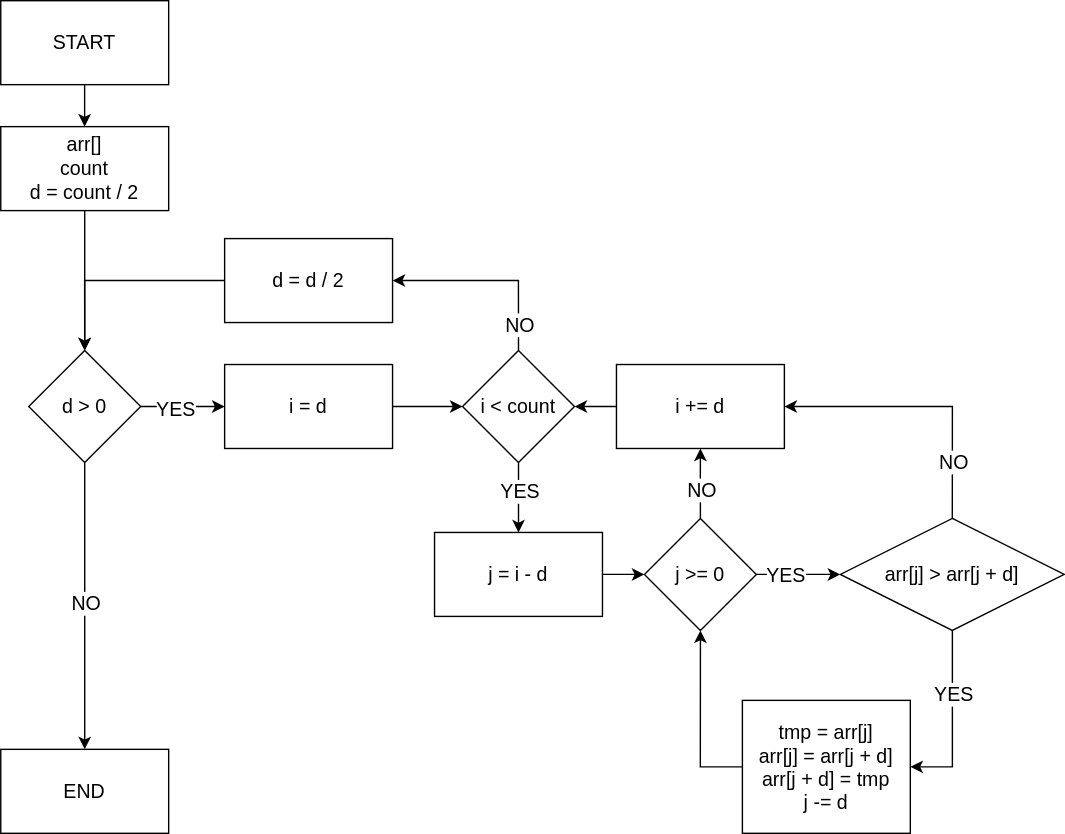
Earlier version of the draw.io export diagram/algorithm.svg (KATEHOK/par_prog-3). Source tidied: cells renumbered, new cells last; positions are measured from the earlier drawing's top-left corner, leaving out a move shared by most shapes.
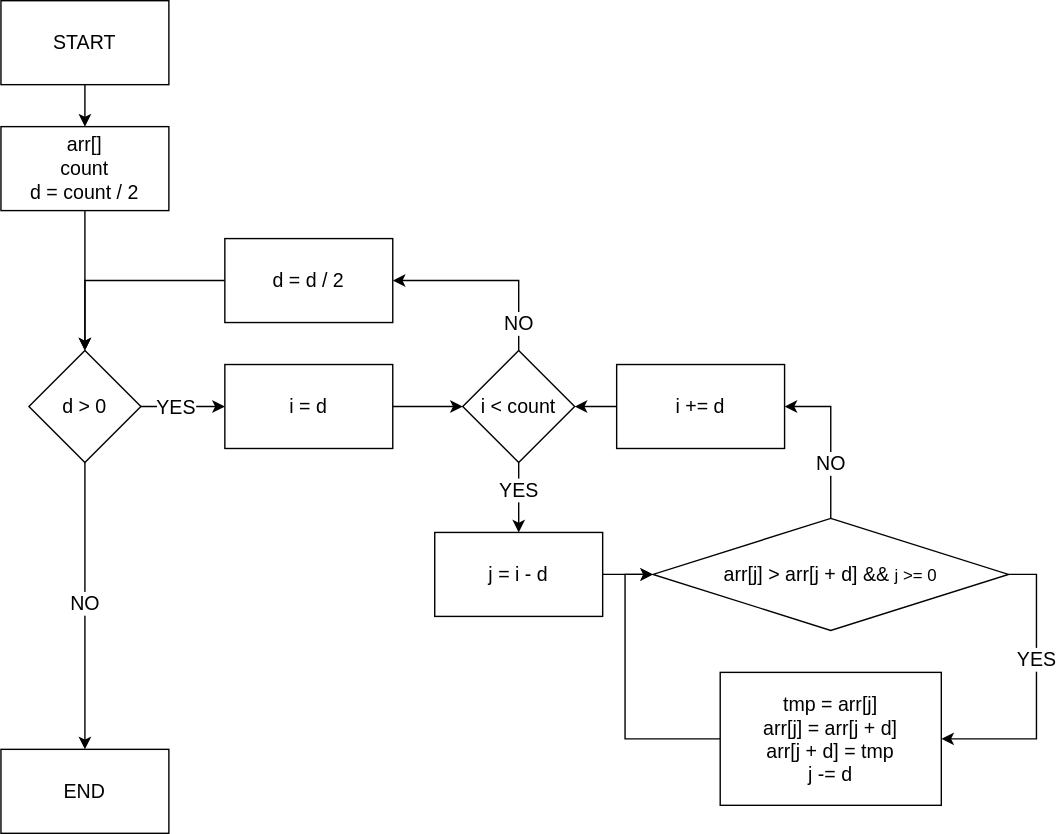
Later version of the same file.

Diff of the diagram source:
```diff
@@ -46,58 +46,39 @@
     <mxCell id="15" value="&lt;font style=&quot;font-size: 14px;&quot;&gt;d = d / 2&lt;/font&gt;" style="rounded=0;whiteSpace=wrap;html=1;" parent="1" vertex="1">
       <mxGeometry x="160" y="170" width="120" height="60" as="geometry" />
     </mxCell>
-    <mxCell id="16" style="edgeStyle=orthogonalEdgeStyle;rounded=0;jettySize=auto;html=1;exitX=0.5;exitY=0;exitDx=0;exitDy=0;entryX=0.5;entryY=1;entryDx=0;entryDy=0;" parent="1" edge="1" source="20" target="36">
-      <mxGeometry relative="1" as="geometry">
-        <Array as="points">
-          <mxPoint x="500" y="340" />
-          <mxPoint x="500" y="340" />
-        </Array>
-      </mxGeometry>
-    </mxCell>
-    <mxCell id="17" value="&lt;font style=&quot;font-size: 14px;&quot;&gt;NO&lt;/font&gt;" style="edgeLabel;html=1;align=center;verticalAlign=middle;" parent="16" vertex="1">
-      <mxGeometry x="-0.68" relative="1" as="geometry">
-        <mxPoint y="-12" as="offset" />
-      </mxGeometry>
-    </mxCell>
-    <mxCell id="18" style="edgeStyle=orthogonalEdgeStyle;rounded=0;jettySize=auto;html=1;exitX=1;exitY=0.5;exitDx=0;exitDy=0;" parent="1" edge="1" source="20" target="25">
-      <mxGeometry relative="1" as="geometry" />
-    </mxCell>
-    <mxCell id="19" value="&lt;font style=&quot;font-size: 14px;&quot;&gt;YES&lt;/font&gt;" style="edgeLabel;html=1;align=center;verticalAlign=middle;" parent="18" vertex="1">
-      <mxGeometry x="-0.23" y="1" relative="1" as="geometry">
-        <mxPoint x="-3" y="1" as="offset" />
-      </mxGeometry>
-    </mxCell>
-    <mxCell id="20" value="&lt;font style=&quot;font-size: 14px;&quot;&gt;j &amp;gt;= 0&lt;/font&gt;" style="rhombus;whiteSpace=wrap;html=1;" parent="1" vertex="1">
-      <mxGeometry x="460" y="370" width="80" height="80" as="geometry" />
-    </mxCell>
     <mxCell id="21" style="edgeStyle=orthogonalEdgeStyle;rounded=0;jettySize=auto;html=1;exitX=0.5;exitY=0;exitDx=0;exitDy=0;entryX=1;entryY=0.5;entryDx=0;entryDy=0;" parent="1" edge="1" source="25" target="36">
       <mxGeometry relative="1" as="geometry">
         <Array as="points">
-          <mxPoint x="680" y="290" />
+          <mxPoint x="593" y="290" />
         </Array>
       </mxGeometry>
     </mxCell>
     <mxCell id="22" value="&lt;font style=&quot;font-size: 14px;&quot;&gt;NO&lt;/font&gt;" style="edgeLabel;html=1;align=center;verticalAlign=middle;" parent="21" vertex="1">
       <mxGeometry x="-0.57" y="-1" relative="1" as="geometry">
-        <mxPoint x="-1" y="3" as="offset" />
+        <mxPoint x="-1" y="-15" as="offset" />
       </mxGeometry>
     </mxCell>
-    <mxCell id="23" style="edgeStyle=orthogonalEdgeStyle;rounded=0;jettySize=auto;html=1;entryX=1;entryY=0.5;entryDx=0;entryDy=0;" parent="1" edge="1" source="25" target="27">
+    <mxCell id="23" style="edgeStyle=orthogonalEdgeStyle;rounded=0;jettySize=auto;html=1;entryX=1;entryY=0.5;entryDx=0;entryDy=0;exitX=1;exitY=0.5;exitDx=0;exitDy=0;" parent="1" edge="1" source="25" target="27">
       <mxGeometry relative="1" as="geometry" />
     </mxCell>
     <mxCell id="24" value="&lt;font style=&quot;font-size: 14px;&quot;&gt;YES&lt;/font&gt;" style="edgeLabel;html=1;align=center;verticalAlign=middle;" parent="23" vertex="1">
       <mxGeometry x="0.02" y="1" relative="1" as="geometry">
-        <mxPoint x="-1" y="-20" as="offset" />
+        <mxPoint x="-1" y="-25" as="offset" />
       </mxGeometry>
     </mxCell>
-    <mxCell id="25" value="&lt;font style=&quot;font-size: 14px;&quot;&gt;arr[j] &amp;gt; arr[j + d]&lt;/font&gt;" style="rhombus;whiteSpace=wrap;html=1;" parent="1" vertex="1">
-      <mxGeometry x="600" y="370" width="160" height="80" as="geometry" />
+    <mxCell id="25" value="&lt;font style=&quot;font-size: 14px;&quot;&gt;arr[j] &amp;gt; arr[j + d] &amp;amp;&amp;amp;&amp;nbsp;&lt;/font&gt;j &amp;gt;= 0" style="rhombus;whiteSpace=wrap;html=1;" parent="1" vertex="1">
+      <mxGeometry x="466" y="370" width="254" height="80" as="geometry" />
     </mxCell>
-    <mxCell id="26" style="edgeStyle=orthogonalEdgeStyle;rounded=0;jettySize=auto;html=1;exitX=0;exitY=0.5;exitDx=0;exitDy=0;entryX=0.5;entryY=1;entryDx=0;entryDy=0;" parent="1" edge="1" source="27" target="20">
-      <mxGeometry relative="1" as="geometry" />
+    <mxCell id="26" style="edgeStyle=orthogonalEdgeStyle;rounded=0;jettySize=auto;html=1;exitX=0;exitY=0.5;exitDx=0;exitDy=0;entryX=0;entryY=0.5;entryDx=0;entryDy=0;" parent="1" edge="1" source="27" target="25">
+      <mxGeometry relative="1" as="geometry">
+        <Array as="points">
+          <mxPoint x="446" y="528" />
+          <mxPoint x="446" y="410" />
+        </Array>
+      </mxGeometry>
     </mxCell>
     <mxCell id="27" value="&lt;font style=&quot;font-size: 14px;&quot;&gt;tmp = arr[j]&lt;br&gt;arr[j] = arr[j + d]&lt;br&gt;arr[j + d] = tmp&lt;br&gt;j -= d&lt;/font&gt;" style="rounded=0;whiteSpace=wrap;html=1;" parent="1" vertex="1">
-      <mxGeometry x="530" y="500" width="120" height="95" as="geometry" />
+      <mxGeometry x="514" y="480" width="158" height="95" as="geometry" />
     </mxCell>
     <mxCell id="28" style="edgeStyle=orthogonalEdgeStyle;rounded=0;jettySize=auto;html=1;" parent="1" edge="1" source="32" target="34">
       <mxGeometry relative="1" as="geometry" />
@@ -118,7 +99,7 @@
     <mxCell id="32" value="&lt;font style=&quot;font-size: 14px;&quot;&gt;i &amp;lt; count&lt;/font&gt;" style="rhombus;whiteSpace=wrap;html=1;" parent="1" vertex="1">
       <mxGeometry x="330" y="250" width="80" height="80" as="geometry" />
     </mxCell>
-    <mxCell id="33" style="edgeStyle=orthogonalEdgeStyle;rounded=0;jettySize=auto;html=1;" parent="1" edge="1" source="34" target="20">
+    <mxCell id="33" style="edgeStyle=orthogonalEdgeStyle;rounded=0;jettySize=auto;html=1;entryX=0;entryY=0.5;entryDx=0;entryDy=0;" parent="1" edge="1" source="34" target="25">
       <mxGeometry relative="1" as="geometry" />
     </mxCell>
     <mxCell id="34" value="&lt;font style=&quot;font-size: 14px;&quot;&gt;j = i - d&lt;/font&gt;" style="rounded=0;whiteSpace=wrap;html=1;" parent="1" vertex="1">
```
